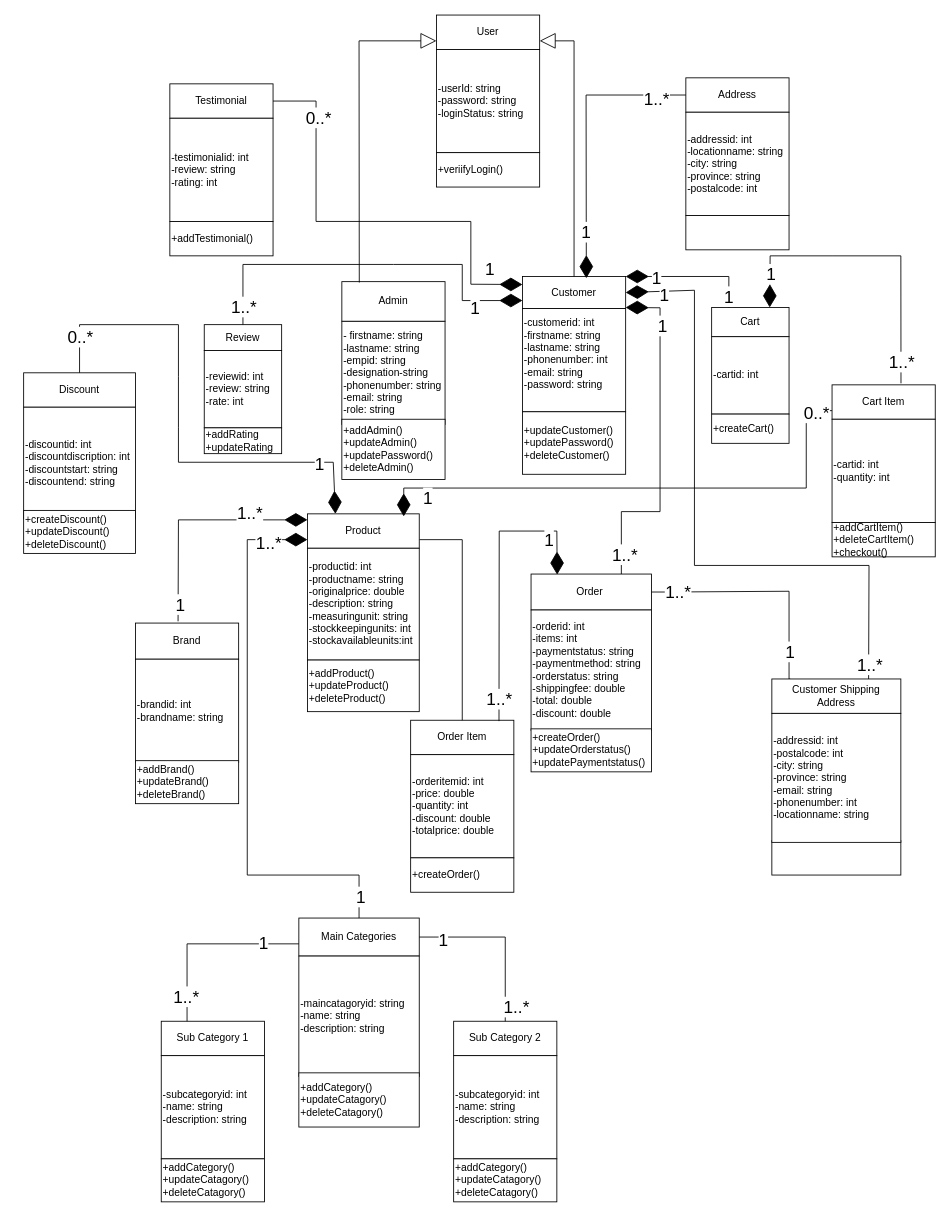
Dune-Global/green-supermarket-docs keeps this draw.io diagram as class.drawio. Above is the earlier version. Source tidied: cells renumbered, new cells numbered last; positions are measured from the earlier drawing's top-left corner, leaving out a move shared by most shapes. Both pictures are drawn from the tidied source at 86%, with x=0, y=0 at pixel (15, 15).
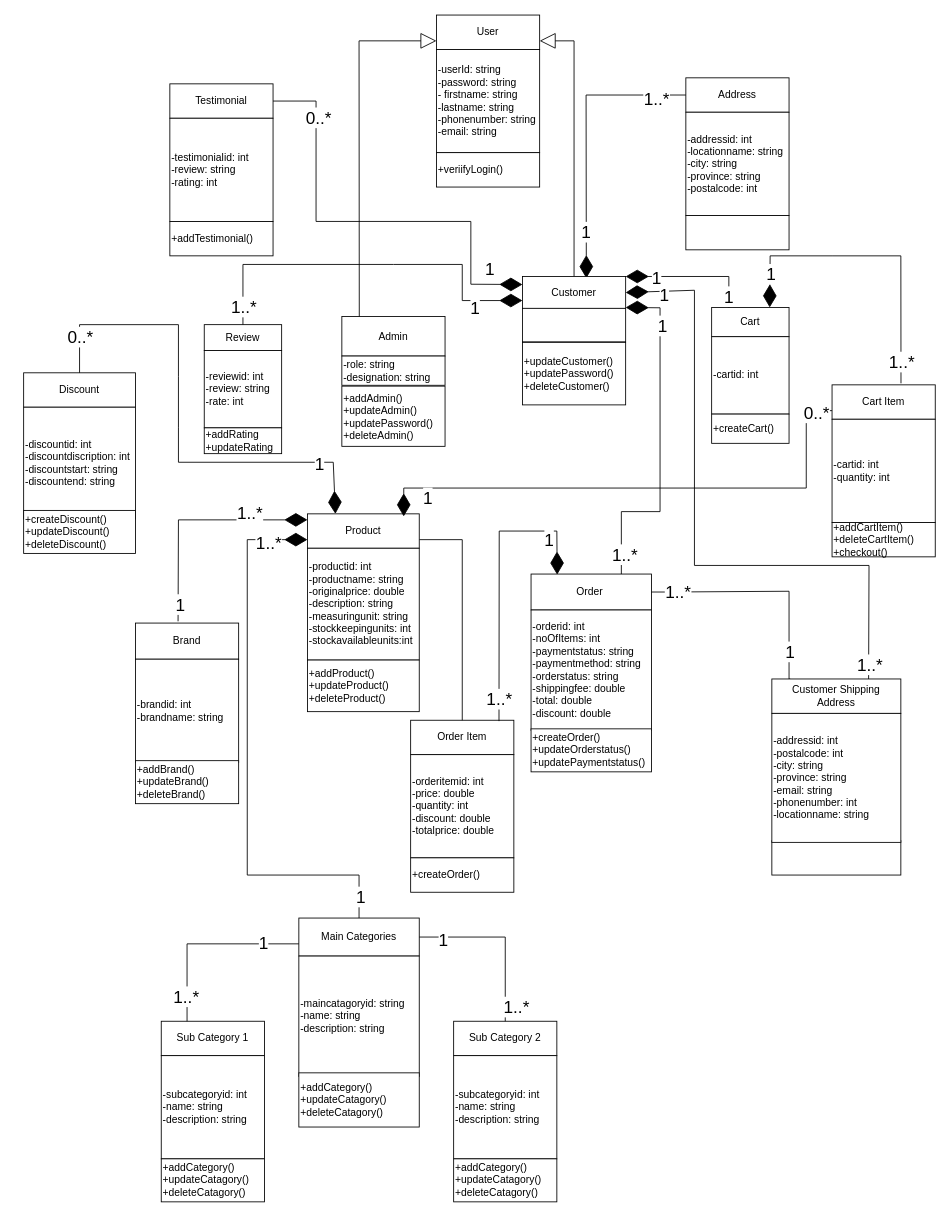
The same page after the edit.

Unchanged cells that the change refers to:
```xml
<mxCell id="11" style="group;" parent="1" vertex="1">
  <mxGeometry x="490" width="120" height="200" as="geometry" />
</mxCell>
<mxCell id="27" style="group;" parent="1" vertex="1">
  <mxGeometry x="600" y="650" width="140" height="230" as="geometry" />
</mxCell>
```

Diff of the diagram source:
```diff
@@
-    <mxCell id="2" style="group;" parent="1" vertex="1">
-      <mxGeometry x="380" y="310" width="120" height="230" as="geometry" />
-    </mxCell>
-    <mxCell id="3" value="&lt;span style=&quot;background-color: initial;&quot;&gt;- firstname: string&lt;/span&gt;&lt;br&gt;&lt;span style=&quot;background-color: initial;&quot;&gt;-lastname: string&lt;/span&gt;&lt;br&gt;&lt;span style=&quot;background-color: initial;&quot;&gt;-empid: string&lt;/span&gt;&lt;br&gt;&lt;span style=&quot;background-color: initial;&quot;&gt;-designation-string&lt;/span&gt;&lt;br&gt;&lt;div style=&quot;&quot;&gt;&lt;span style=&quot;background-color: initial;&quot;&gt;-phonenumber: string&lt;/span&gt;&lt;/div&gt;&lt;div style=&quot;&quot;&gt;&lt;span style=&quot;background-color: initial;&quot;&gt;-email: string&lt;/span&gt;&lt;/div&gt;&lt;div style=&quot;&quot;&gt;-role: string&lt;/div&gt;" style="whiteSpace=wrap;html=1;align=left;" parent="2" vertex="1">
-      <mxGeometry y="46" width="120" height="120" as="geometry" />
-    </mxCell>
-    <mxCell id="4" value="Admin" style="rounded=0;whiteSpace=wrap;html=1;" parent="2" vertex="1">
-      <mxGeometry width="120" height="46" as="geometry" />
-    </mxCell>
-    <mxCell id="5" value="+addAdmin()&lt;br&gt;+updateAdmin()&lt;br&gt;+updatePassword()&lt;br&gt;+deleteAdmin()" style="rounded=0;whiteSpace=wrap;html=1;align=left;" parent="2" vertex="1">
-      <mxGeometry y="160" width="120" height="70" as="geometry" />
-    </mxCell>
-    <mxCell id="6" style="group;" parent="1" vertex="1">
-      <mxGeometry x="590" y="294" width="120" height="260" as="geometry" />
-    </mxCell>
-    <mxCell id="7" style="edgeStyle=orthogonalEdgeStyle;rounded=0;jettySize=auto;html=1;" parent="6" edge="1" source="8" target="9">
-      <mxGeometry relative="1" as="geometry" />
-    </mxCell>
-    <mxCell id="8" value="Customer" style="rounded=0;whiteSpace=wrap;html=1;" parent="6" vertex="1">
-      <mxGeometry y="10" width="120" height="37.3" as="geometry" />
-    </mxCell>
-    <mxCell id="9" value="-customerid: int&lt;br&gt;-firstname: string&lt;br style=&quot;border-color: var(--border-color);&quot;&gt;&lt;span style=&quot;border-color: var(--border-color); background-color: initial;&quot;&gt;-lastname: string&lt;br&gt;-phonenumber: int&lt;br&gt;-email: string&lt;br&gt;-password: string&lt;br&gt;&lt;br&gt;&lt;/span&gt;" style="whiteSpace=wrap;html=1;align=left;" parent="6" vertex="1">
-      <mxGeometry y="47.3" width="120" height="120" as="geometry" />
-    </mxCell>
-    <mxCell id="10" value="+updateCustomer()&lt;br&gt;+updatePassword()&lt;br&gt;+deleteCustomer()&lt;br&gt;" style="rounded=0;whiteSpace=wrap;html=1;align=left;" parent="6" vertex="1">
-      <mxGeometry y="167.3" width="120" height="72.7" as="geometry" />
-    </mxCell>
@@
-    <mxCell id="13" value="-userId: string&lt;br&gt;-password: string&lt;br&gt;-loginStatus: string&lt;br&gt;" style="whiteSpace=wrap;html=1;align=left;" parent="11" vertex="1">
+    <mxCell id="13" value="-userId: string&lt;br&gt;-password: string&lt;br&gt;- firstname: string&lt;br style=&quot;border-color: var(--border-color);&quot;&gt;&lt;span style=&quot;border-color: var(--border-color);&quot;&gt;-lastname: string&lt;br&gt;&lt;/span&gt;&lt;div style=&quot;border-color: var(--border-color);&quot;&gt;-phonenumber: string&lt;/div&gt;&lt;div style=&quot;border-color: var(--border-color);&quot;&gt;&lt;span style=&quot;border-color: var(--border-color);&quot;&gt;-email: string&lt;/span&gt;&lt;/div&gt;" style="whiteSpace=wrap;html=1;align=left;" parent="11" vertex="1">
       <mxGeometry y="40" width="120" height="120" as="geometry" />
     </mxCell>
@@
-    <mxCell id="29" value="-orderid: int&lt;br&gt;-items: int&amp;nbsp;&lt;br&gt;-paymentstatus: string&lt;br&gt;-paymentmethod: string&lt;br&gt;-orderstatus: string&lt;br&gt;-shippingfee: double&lt;br&gt;-total: double&lt;br&gt;-discount: double" style="whiteSpace=wrap;html=1;align=left;" parent="27" vertex="1">
+    <mxCell id="29" value="-orderid: int&lt;br&gt;-noOfItems: int&amp;nbsp;&lt;br&gt;-paymentstatus: string&lt;br&gt;-paymentmethod: string&lt;br&gt;-orderstatus: string&lt;br&gt;-shippingfee: double&lt;br&gt;-total: double&lt;br&gt;-discount: double" style="whiteSpace=wrap;html=1;align=left;" parent="27" vertex="1">
       <mxGeometry y="41.8" width="140" height="140" as="geometry" />
     </mxCell>
@@
+    <mxCell id="8" value="Customer" style="rounded=0;whiteSpace=wrap;html=1;" parent="1" vertex="1">
+      <mxGeometry x="590" y="304" width="120" height="37.3" as="geometry" />
+    </mxCell>
+    <mxCell id="128" style="rounded=0;whiteSpace=wrap;html=1;" parent="1" vertex="1">
+      <mxGeometry x="590" y="341" width="120" height="39" as="geometry" />
+    </mxCell>
+    <mxCell id="10" value="+updateCustomer()&lt;br&gt;+updatePassword()&lt;br&gt;+deleteCustomer()&lt;br&gt;" style="rounded=0;whiteSpace=wrap;html=1;align=left;" parent="1" vertex="1">
+      <mxGeometry x="590" y="380.6" width="120" height="72.7" as="geometry" />
+    </mxCell>
+    <mxCell id="4" value="Admin" style="rounded=0;whiteSpace=wrap;html=1;" parent="1" vertex="1">
+      <mxGeometry x="380" y="350.5" width="120" height="46" as="geometry" />
+    </mxCell>
+    <mxCell id="5" value="+addAdmin()&lt;br&gt;+updateAdmin()&lt;br&gt;+updatePassword()&lt;br&gt;+deleteAdmin()" style="rounded=0;whiteSpace=wrap;html=1;align=left;" parent="1" vertex="1">
+      <mxGeometry x="380" y="431.5" width="120" height="70" as="geometry" />
+    </mxCell>
+    <mxCell id="129" value="-role: string&lt;br&gt;-designation: string" style="rounded=0;whiteSpace=wrap;html=1;align=left;" parent="1" vertex="1">
+      <mxGeometry x="380" y="396.5" width="120" height="34" as="geometry" />
+    </mxCell>
```
